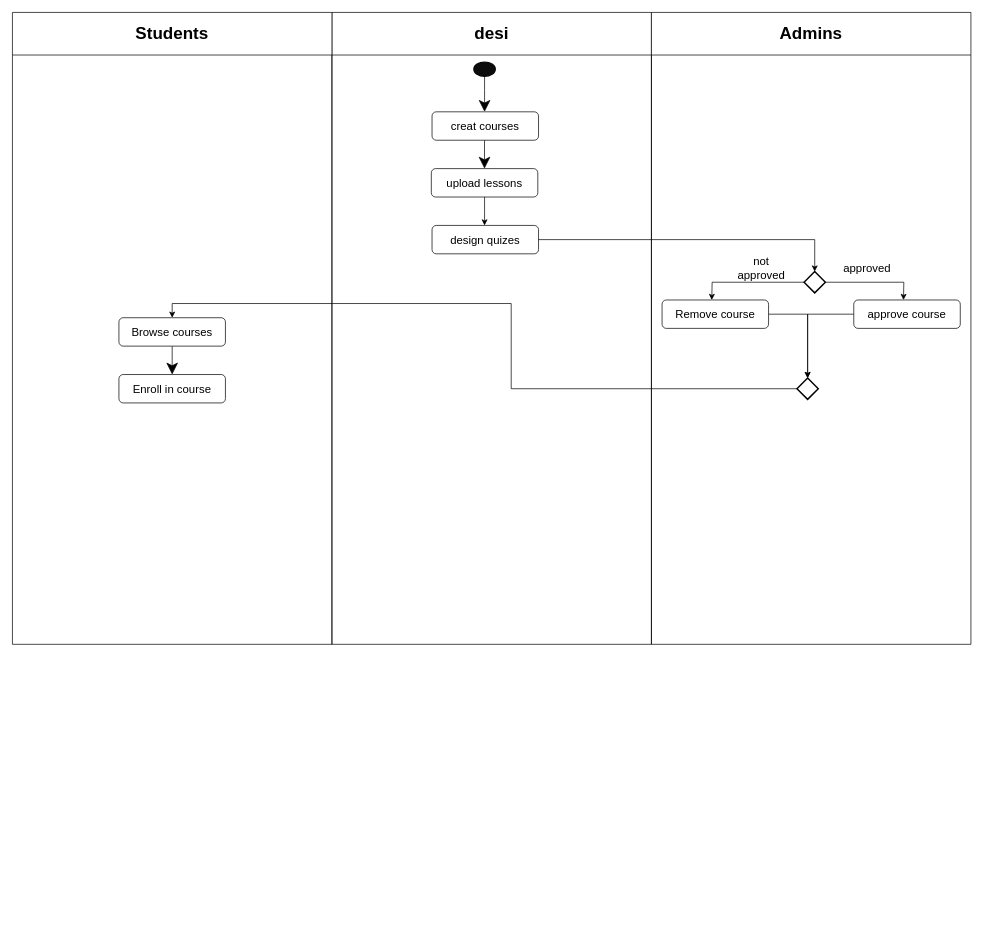
Smook-e/Prog2_lab6 keeps this draw.io diagram as Diagrams/activity diagram.drawio. Above is the earlier version. Source tidied: cells renumbered, new cells numbered last; positions are measured from the earlier drawing's top-left corner, leaving out a move shared by most shapes. Both pictures are drawn from the tidied source at 71%, with x=0, y=0 at pixel (12, 12).
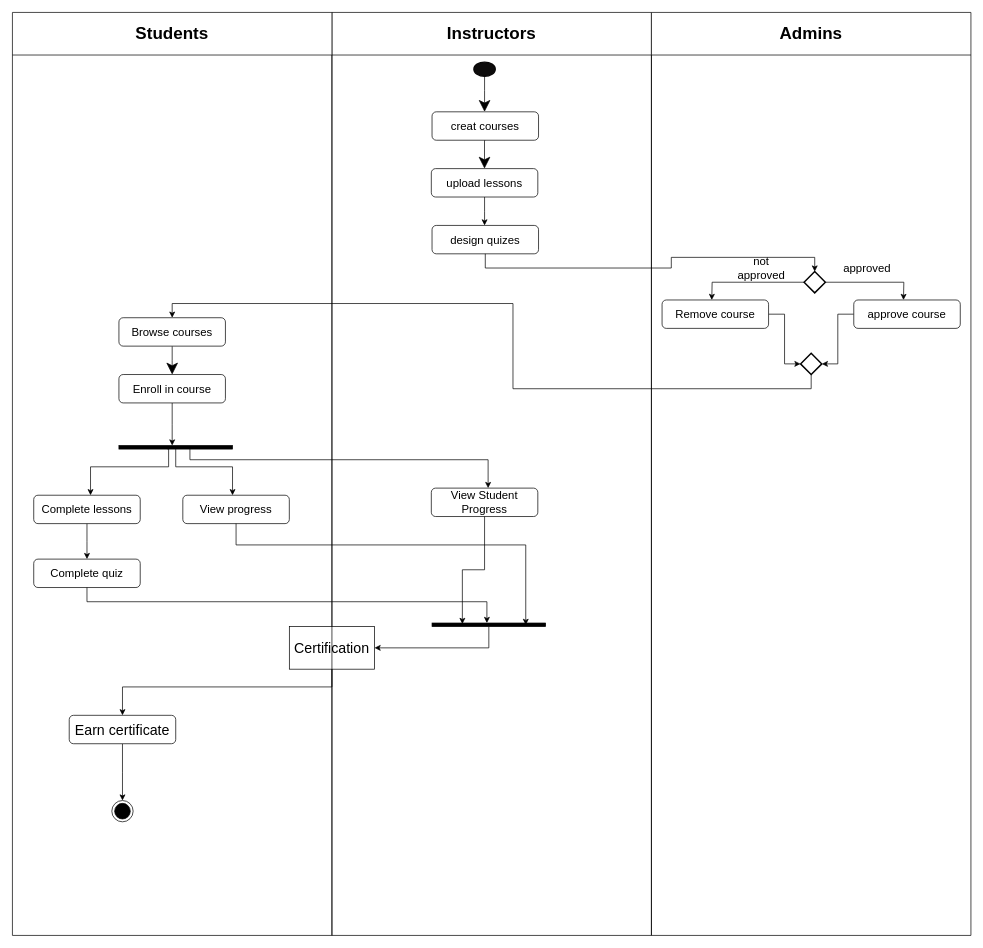
Above is the later version.

Commit message:
almost finish activity diagram

Unchanged cells that the change refers to:
```xml
<mxCell id="9" value="design quizes" style="rounded=1;whiteSpace=wrap;html=1;fontSize=16;" parent="2" vertex="1">
  <mxGeometry x="141" y="300" width="150" height="40" as="geometry" />
</mxCell>
<mxCell id="12" value="Browse courses" style="rounded=1;whiteSpace=wrap;html=1;fontSize=16;" parent="10" vertex="1">
  <mxGeometry x="150" y="430" width="150" height="40" as="geometry" />
</mxCell>
<mxCell id="13" value="Enroll in course" style="rounded=1;whiteSpace=wrap;html=1;fontSize=16;" parent="10" vertex="1">
  <mxGeometry x="150" y="510" width="150" height="40" as="geometry" />
</mxCell>
<mxCell id="17" style="rhombus;whiteSpace=wrap;html=1;strokeWidth=2;" parent="14" vertex="1">
  <mxGeometry x="215" y="365" width="30" height="30" as="geometry" />
</mxCell>
<mxCell id="21" value="Remove course" style="rounded=1;whiteSpace=wrap;html=1;fontSize=16;" parent="14" vertex="1">
  <mxGeometry x="15" y="405" width="150" height="40" as="geometry" />
</mxCell>
<mxCell id="23" value="approve course" style="rounded=1;whiteSpace=wrap;html=1;fontSize=16;" parent="14" vertex="1">
  <mxGeometry x="285" y="405" width="150" height="40" as="geometry" />
</mxCell>
```

Change to the diagram source:
```diff
@@
-    <mxCell id="2" value="desi" style="swimlane;whiteSpace=wrap;html=1;startSize=60;fontSize=24;" parent="1" vertex="1">
-      <mxGeometry x="450" width="450" height="890" as="geometry" />
+    <mxCell id="2" value="Instructors" style="swimlane;whiteSpace=wrap;html=1;startSize=60;fontSize=24;" parent="1" vertex="1">
+      <mxGeometry x="450" width="450" height="1300" as="geometry" />
     </mxCell>
@@
+    <mxCell id="27" value="View Student Progress" style="rounded=1;whiteSpace=wrap;html=1;fontSize=16;" parent="2" vertex="1">
+      <mxGeometry x="140" y="670" width="150" height="40" as="geometry" />
+    </mxCell>
+    <mxCell id="28" style="edgeStyle=orthogonalEdgeStyle;rounded=0;jettySize=auto;html=1;entryX=1;entryY=0.5;entryDx=0;entryDy=0;" parent="2" edge="1" source="29" target="31">
+      <mxGeometry relative="1" as="geometry">
+        <Array as="points">
+          <mxPoint x="221" y="895" />
+        </Array>
+      </mxGeometry>
+    </mxCell>
+    <mxCell id="29" style="html=1;points=[];perimeter=orthogonalPerimeter;fillColor=strokeColor;direction=south;" parent="2" vertex="1">
+      <mxGeometry x="141" y="860" width="160" height="5" as="geometry" />
+    </mxCell>
+    <mxCell id="30" style="edgeStyle=orthogonalEdgeStyle;rounded=0;jettySize=auto;html=1;entryX=0.267;entryY=0.733;entryDx=0;entryDy=0;entryPerimeter=0;" parent="2" edge="1" source="27" target="29">
+      <mxGeometry relative="1" as="geometry" />
+    </mxCell>
+    <mxCell id="31" value="Certification" style="rounded=0;whiteSpace=wrap;html=1;fontSize=20;" parent="2" vertex="1">
+      <mxGeometry x="-60" y="865" width="120" height="60" as="geometry" />
+    </mxCell>
     <mxCell id="10" value="Students" style="swimlane;whiteSpace=wrap;html=1;startSize=60;strokeWidth=1;fontSize=24;" parent="1" vertex="1">
-      <mxGeometry width="450" height="890" as="geometry" />
+      <mxGeometry width="450" height="1300" as="geometry" />
     </mxCell>
@@
+    <mxCell id="32" style="edgeStyle=orthogonalEdgeStyle;rounded=0;jettySize=auto;html=1;" parent="10" edge="1" source="13">
+      <mxGeometry relative="1" as="geometry">
+        <mxPoint x="225" y="610" as="targetPoint" />
+      </mxGeometry>
+    </mxCell>
@@
+    <mxCell id="33" style="edgeStyle=orthogonalEdgeStyle;rounded=0;jettySize=auto;html=1;exitX=1.024;exitY=0.572;exitDx=0;exitDy=0;exitPerimeter=0;" parent="10" edge="1" source="36">
+      <mxGeometry relative="1" as="geometry">
+        <mxPoint x="110" y="680" as="targetPoint" />
+        <Array as="points">
+          <mxPoint x="220" y="615" />
+          <mxPoint x="220" y="640" />
+          <mxPoint x="110" y="640" />
+        </Array>
+      </mxGeometry>
+    </mxCell>
+    <mxCell id="34" style="edgeStyle=orthogonalEdgeStyle;rounded=0;jettySize=auto;html=1;" parent="10" edge="1" source="36">
+      <mxGeometry relative="1" as="geometry">
+        <mxPoint x="310" y="680" as="targetPoint" />
+        <Array as="points">
+          <mxPoint x="230" y="640" />
+          <mxPoint x="310" y="640" />
+        </Array>
+      </mxGeometry>
+    </mxCell>
+    <mxCell id="35" style="edgeStyle=orthogonalEdgeStyle;rounded=0;jettySize=auto;html=1;" parent="10" edge="1" source="36">
+      <mxGeometry relative="1" as="geometry">
+        <mxPoint x="670" y="670" as="targetPoint" />
+        <Array as="points">
+          <mxPoint x="250" y="630" />
+          <mxPoint x="670" y="630" />
+        </Array>
+      </mxGeometry>
+    </mxCell>
+    <mxCell id="36" style="html=1;points=[];perimeter=orthogonalPerimeter;fillColor=strokeColor;direction=south;" parent="10" vertex="1">
+      <mxGeometry x="150" y="610" width="160" height="5" as="geometry" />
+    </mxCell>
+    <mxCell id="37" value="View progress" style="rounded=1;whiteSpace=wrap;html=1;fontSize=16;" parent="10" vertex="1">
+      <mxGeometry x="240" y="680" width="150" height="40" as="geometry" />
+    </mxCell>
+    <mxCell id="38" style="edgeStyle=orthogonalEdgeStyle;rounded=0;jettySize=auto;html=1;" parent="10" edge="1" source="39">
+      <mxGeometry relative="1" as="geometry">
+        <mxPoint x="105" y="770" as="targetPoint" />
+      </mxGeometry>
+    </mxCell>
+    <mxCell id="39" value="Complete lessons" style="rounded=1;whiteSpace=wrap;html=1;fontSize=16;" parent="10" vertex="1">
+      <mxGeometry x="30" y="680" width="150" height="40" as="geometry" />
+    </mxCell>
+    <mxCell id="40" value="Complete quiz" style="rounded=1;whiteSpace=wrap;html=1;fontSize=16;" parent="10" vertex="1">
+      <mxGeometry x="30" y="770" width="150" height="40" as="geometry" />
+    </mxCell>
+    <mxCell id="41" style="edgeStyle=orthogonalEdgeStyle;rounded=0;jettySize=auto;html=1;" parent="10" edge="1" source="42">
+      <mxGeometry relative="1" as="geometry">
+        <mxPoint x="155" y="1110" as="targetPoint" />
+      </mxGeometry>
+    </mxCell>
+    <mxCell id="42" value="Earn certificate" style="rounded=1;whiteSpace=wrap;html=1;fontSize=20;" parent="10" vertex="1">
+      <mxGeometry x="80" y="990" width="150" height="40" as="geometry" />
+    </mxCell>
+    <mxCell id="43" style="ellipse;html=1;shape=endState;fillColor=strokeColor;" parent="10" vertex="1">
+      <mxGeometry x="140" y="1110" width="30" height="30" as="geometry" />
+    </mxCell>
     <mxCell id="14" value="Admins" style="swimlane;whiteSpace=wrap;html=1;startSize=60;fontSize=24;" parent="1" vertex="1">
-      <mxGeometry x="900" width="450" height="890" as="geometry" />
+      <mxGeometry x="900" width="450" height="1300" as="geometry" />
     </mxCell>
@@
-    <mxCell id="20" style="edgeStyle=orthogonalEdgeStyle;rounded=0;jettySize=auto;html=1;entryX=0.5;entryY=0;entryDx=0;entryDy=0;" parent="14" edge="1" source="21" target="24">
+    <mxCell id="20" style="edgeStyle=orthogonalEdgeStyle;rounded=0;jettySize=auto;html=1;entryX=0;entryY=0.5;entryDx=0;entryDy=0;" parent="14" edge="1" source="21" target="24">
       <mxGeometry relative="1" as="geometry" />
     </mxCell>
@@
-    <mxCell id="22" style="edgeStyle=orthogonalEdgeStyle;rounded=0;jettySize=auto;html=1;entryX=0.5;entryY=0;entryDx=0;entryDy=0;" parent="14" edge="1" source="23" target="24">
+    <mxCell id="22" style="edgeStyle=orthogonalEdgeStyle;rounded=0;jettySize=auto;html=1;entryX=1;entryY=0.5;entryDx=0;entryDy=0;" parent="14" edge="1" source="23" target="24">
       <mxGeometry relative="1" as="geometry" />
     </mxCell>
@@
     <mxCell id="24" style="rhombus;whiteSpace=wrap;html=1;strokeWidth=2;" parent="14" vertex="1">
-      <mxGeometry x="205" y="515" width="30" height="30" as="geometry" />
+      <mxGeometry x="210" y="480" width="30" height="30" as="geometry" />
     </mxCell>
+    <mxCell id="26" style="edgeStyle=orthogonalEdgeStyle;rounded=0;jettySize=auto;html=1;entryX=0.5;entryY=0;entryDx=0;entryDy=0;exitX=0.5;exitY=1;exitDx=0;exitDy=0;" parent="1" edge="1" source="9" target="17">
+      <mxGeometry relative="1" as="geometry" />
+    </mxCell>
-    <mxCell id="25" style="edgeStyle=orthogonalEdgeStyle;rounded=0;jettySize=auto;html=1;entryX=0.5;entryY=0;entryDx=0;entryDy=0;" parent="1" edge="1" source="24" target="12">
+    <mxCell id="25" style="edgeStyle=orthogonalEdgeStyle;rounded=0;jettySize=auto;html=1;entryX=0.5;entryY=0;entryDx=0;entryDy=0;exitX=0.5;exitY=1;exitDx=0;exitDy=0;" parent="1" edge="1" source="24" target="12">
       <mxGeometry relative="1" as="geometry" />
     </mxCell>
-    <mxCell id="26" style="edgeStyle=orthogonalEdgeStyle;rounded=0;jettySize=auto;html=1;entryX=0.5;entryY=0;entryDx=0;entryDy=0;" parent="1" edge="1" source="9" target="17">
-      <mxGeometry relative="1" as="geometry" />
-    </mxCell>
+    <mxCell id="44" style="edgeStyle=orthogonalEdgeStyle;rounded=0;jettySize=auto;html=1;entryX=0.533;entryY=0.175;entryDx=0;entryDy=0;entryPerimeter=0;" parent="1" edge="1" source="37" target="29">
+      <mxGeometry relative="1" as="geometry">
+        <Array as="points">
+          <mxPoint x="315" y="750" />
+          <mxPoint x="723" y="750" />
+        </Array>
+      </mxGeometry>
+    </mxCell>
+    <mxCell id="45" style="edgeStyle=orthogonalEdgeStyle;rounded=0;jettySize=auto;html=1;entryX=0;entryY=0.517;entryDx=0;entryDy=0;entryPerimeter=0;" parent="1" edge="1" source="40" target="29">
+      <mxGeometry relative="1" as="geometry">
+        <Array as="points">
+          <mxPoint x="105" y="830" />
+          <mxPoint x="668" y="830" />
+        </Array>
+      </mxGeometry>
+    </mxCell>
+    <mxCell id="46" style="edgeStyle=orthogonalEdgeStyle;rounded=0;jettySize=auto;html=1;entryX=0.5;entryY=0;entryDx=0;entryDy=0;" parent="1" edge="1" source="31" target="42">
+      <mxGeometry relative="1" as="geometry">
+        <Array as="points">
+          <mxPoint x="450" y="950" />
+          <mxPoint x="155" y="950" />
+        </Array>
+      </mxGeometry>
+    </mxCell>
```
